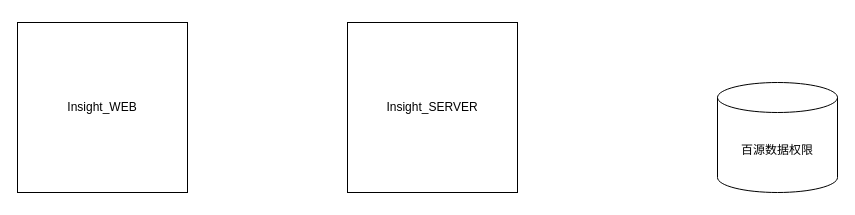
ChrisFynnWang/algorithm keeps this draw.io diagram as 百源.drawio. Above is the earlier version. Source tidied: cells renumbered, new cells numbered last; positions are measured from the earlier drawing's top-left corner, leaving out a move shared by most shapes. Both pictures are drawn from the tidied source at 100%, with x=0, y=0 at pixel (17, 22).
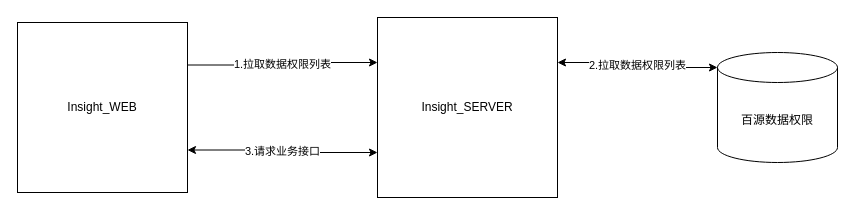
The same diagram, later.

The edit, as a diff of the source:
```diff
@@
 <mxGraphModel>
   <root>
     <mxCell id="0" />
     <mxCell id="1" parent="0" />
+    <mxCell id="5" value="1.拉取数据权限列表" style="edgeStyle=orthogonalEdgeStyle;rounded=0;jettySize=auto;html=1;exitX=1;exitY=0.25;exitDx=0;exitDy=0;entryX=0;entryY=0.25;entryDx=0;entryDy=0;startArrow=none;startFill=0;" parent="1" edge="1" source="2" target="4">
+      <mxGeometry relative="1" as="geometry" />
+    </mxCell>
+    <mxCell id="6" value="3.请求业务接口" style="edgeStyle=orthogonalEdgeStyle;rounded=0;jettySize=auto;html=1;exitX=1;exitY=0.75;exitDx=0;exitDy=0;entryX=0;entryY=0.75;entryDx=0;entryDy=0;startArrow=classic;startFill=1;" parent="1" edge="1" source="2" target="4">
+      <mxGeometry relative="1" as="geometry" />
+    </mxCell>
     <mxCell id="2" value="Insight_WEB" style="whiteSpace=wrap;html=1;" parent="1" vertex="1">
       <mxGeometry width="170" height="170" as="geometry" />
     </mxCell>
     <mxCell id="3" value="百源数据权限" style="shape=cylinder3;whiteSpace=wrap;html=1;boundedLbl=1;backgroundOutline=1;size=15;" parent="1" vertex="1">
-      <mxGeometry x="700" y="60" width="120" height="110" as="geometry" />
+      <mxGeometry x="700" y="30" width="120" height="110" as="geometry" />
     </mxCell>
+    <mxCell id="7" value="2.拉取数据权限列表" style="edgeStyle=orthogonalEdgeStyle;rounded=0;jettySize=auto;html=1;exitX=1;exitY=0.25;exitDx=0;exitDy=0;entryX=0;entryY=0;entryDx=0;entryDy=15;entryPerimeter=0;startArrow=classic;startFill=1;" parent="1" edge="1" source="4" target="3">
+      <mxGeometry relative="1" as="geometry" />
+    </mxCell>
     <mxCell id="4" value="Insight_SERVER" style="whiteSpace=wrap;html=1;" parent="1" vertex="1">
-      <mxGeometry x="330" width="170" height="170" as="geometry" />
+      <mxGeometry x="360" y="-5" width="180" height="180" as="geometry" />
     </mxCell>
   </root>
 </mxGraphModel>
```
